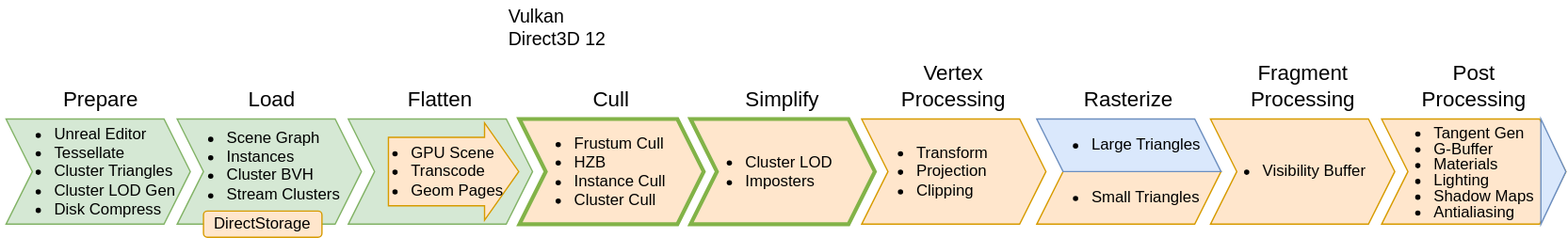
Before: assets/images/nanite-graphics-pipeline.svg, a diagram exported from draw.io (TheCandidStartup/TheCandidStartup.github.io). Source tidied: cells renumbered, new cells last; positions are measured from the earlier drawing's top-left corner, leaving out a move shared by most shapes. Its diagram source:
```xml
<mxGraphModel>
  <root>
    <mxCell id="0" />
    <mxCell id="1" parent="0" />
    <mxCell id="2" value="&lt;ul&gt;&lt;li&gt;Unreal Editor&lt;/li&gt;&lt;li&gt;Tessellate&lt;/li&gt;&lt;li&gt;Cluster Triangles&lt;/li&gt;&lt;li&gt;Cluster LOD Gen&lt;/li&gt;&lt;li&gt;Disk Compress&lt;/li&gt;&lt;/ul&gt;" style="shape=step;perimeter=stepPerimeter;whiteSpace=wrap;html=1;fixedSize=1;fillColor=#d5e8d4;strokeColor=#82b366;align=left;spacing=-3;" parent="1" vertex="1">
      <mxGeometry y="90" width="140" height="80" as="geometry" />
    </mxCell>
    <mxCell id="3" value="&lt;ul&gt;&lt;li&gt;&lt;font style=&quot;font-size: 12px;&quot;&gt;Scene Graph&lt;/font&gt;&lt;/li&gt;&lt;li&gt;Instances&lt;/li&gt;&lt;li&gt;Cluster BVH&lt;/li&gt;&lt;li&gt;&lt;font style=&quot;font-size: 12px;&quot;&gt;Stream Clusters&lt;/font&gt;&lt;/li&gt;&lt;/ul&gt;&lt;div&gt;&lt;br&gt;&lt;/div&gt;" style="shape=step;perimeter=stepPerimeter;whiteSpace=wrap;html=1;fixedSize=1;fillColor=#d5e8d4;strokeColor=#82b366;align=left;spacing=0;spacingTop=5;spacingLeft=-2;" parent="1" vertex="1">
      <mxGeometry x="130" y="90" width="140" height="80" as="geometry" />
    </mxCell>
    <mxCell id="4" value="&lt;div&gt;&lt;br&gt;&lt;/div&gt;" style="shape=step;perimeter=stepPerimeter;whiteSpace=wrap;html=1;fixedSize=1;fillColor=#d5e8d4;strokeColor=#82b366;align=left;" parent="1" vertex="1">
      <mxGeometry x="260" y="90" width="140" height="80" as="geometry" />
    </mxCell>
    <mxCell id="5" value="Vulkan&lt;br&gt;Direct3D 12" style="text;html=1;strokeColor=none;fillColor=none;align=left;verticalAlign=middle;whiteSpace=wrap;rounded=0;fontSize=14;" parent="1" vertex="1">
      <mxGeometry x="380" width="115" height="40" as="geometry" />
    </mxCell>
    <mxCell id="6" value="&lt;ul style=&quot;line-height: 100%;&quot;&gt;&lt;li&gt;Tangent Gen&lt;/li&gt;&lt;li&gt;G-Buffer&lt;/li&gt;&lt;li&gt;Materials&lt;/li&gt;&lt;li&gt;Lighting&lt;/li&gt;&lt;li&gt;Shadow Maps&lt;/li&gt;&lt;li&gt;Antialiasing&lt;/li&gt;&lt;/ul&gt;" style="shape=step;perimeter=stepPerimeter;whiteSpace=wrap;html=1;fixedSize=1;fillColor=#ffe6cc;strokeColor=#d79b00;align=left;spacing=0;spacingLeft=0;spacingRight=20;" parent="1" vertex="1">
      <mxGeometry x="1045" y="90" width="140" height="80" as="geometry" />
    </mxCell>
    <mxCell id="7" value="&lt;ul&gt;&lt;li&gt;Cluster LOD&lt;/li&gt;&lt;li&gt;Imposters&lt;/li&gt;&lt;/ul&gt;" style="shape=step;perimeter=stepPerimeter;whiteSpace=wrap;html=1;fixedSize=1;fillColor=#ffe6cc;strokeColor=#82b348;align=left;spacing=0;spacingLeft=2;strokeWidth=3;perimeterSpacing=0;" parent="1" vertex="1">
      <mxGeometry x="520" y="90" width="140" height="80" as="geometry" />
    </mxCell>
    <mxCell id="8" value="&lt;font style=&quot;font-size: 16px;&quot;&gt;&amp;nbsp;&lt;font style=&quot;font-size: 16px;&quot;&gt;Prepare&lt;/font&gt;&lt;/font&gt;" style="text;html=1;strokeColor=none;fillColor=none;align=center;verticalAlign=middle;whiteSpace=wrap;rounded=0;" parent="1" vertex="1">
      <mxGeometry x="40" y="60" width="60" height="30" as="geometry" />
    </mxCell>
    <mxCell id="9" value="&lt;font style=&quot;font-size: 16px;&quot;&gt;Cull&lt;/font&gt;" style="text;html=1;strokeColor=none;fillColor=none;align=center;verticalAlign=middle;whiteSpace=wrap;rounded=0;" parent="1" vertex="1">
      <mxGeometry x="430" y="60" width="60" height="30" as="geometry" />
    </mxCell>
    <mxCell id="10" value="&lt;font style=&quot;font-size: 16px;&quot;&gt;Rasterize&lt;/font&gt;" style="text;html=1;strokeColor=none;fillColor=none;align=center;verticalAlign=middle;whiteSpace=wrap;rounded=0;" parent="1" vertex="1">
      <mxGeometry x="823" y="60" width="60" height="30" as="geometry" />
    </mxCell>
    <mxCell id="11" value="&lt;font style=&quot;font-size: 16px;&quot;&gt;Vertex Processing&lt;/font&gt;" style="text;html=1;strokeColor=none;fillColor=none;align=center;verticalAlign=middle;whiteSpace=wrap;rounded=0;" parent="1" vertex="1">
      <mxGeometry x="675" y="40" width="90" height="50" as="geometry" />
    </mxCell>
    <mxCell id="12" value="&lt;font style=&quot;font-size: 16px;&quot;&gt;Fragment Processing&lt;/font&gt;" style="text;html=1;strokeColor=none;fillColor=none;align=center;verticalAlign=middle;whiteSpace=wrap;rounded=0;" parent="1" vertex="1">
      <mxGeometry x="937.5" y="40" width="95" height="50" as="geometry" />
    </mxCell>
    <mxCell id="13" value="&lt;font style=&quot;font-size: 16px;&quot;&gt;Post Processing&lt;/font&gt;" style="text;html=1;strokeColor=none;fillColor=none;align=center;verticalAlign=middle;whiteSpace=wrap;rounded=0;" parent="1" vertex="1">
      <mxGeometry x="1072.5" y="40" width="85" height="50" as="geometry" />
    </mxCell>
    <mxCell id="14" value="&lt;ul&gt;&lt;li&gt;&lt;font style=&quot;font-size: 12px;&quot;&gt;Transform&lt;/font&gt;&lt;/li&gt;&lt;li&gt;&lt;font style=&quot;font-size: 12px;&quot;&gt;Projection&lt;/font&gt;&lt;/li&gt;&lt;li&gt;&lt;font style=&quot;font-size: 12px;&quot;&gt;Clipping&lt;/font&gt;&lt;/li&gt;&lt;/ul&gt;" style="shape=step;perimeter=stepPerimeter;whiteSpace=wrap;html=1;fixedSize=1;fillColor=#ffe6cc;strokeColor=#d79b00;align=left;" parent="1" vertex="1">
      <mxGeometry x="650" y="90" width="140" height="80" as="geometry" />
    </mxCell>
    <mxCell id="15" value="&lt;ul&gt;&lt;li&gt;Visibility Buffer&lt;/li&gt;&lt;/ul&gt;" style="shape=step;perimeter=stepPerimeter;whiteSpace=wrap;html=1;fixedSize=1;fillColor=#ffe6cc;strokeColor=#d79b00;align=left;spacing=0;" parent="1" vertex="1">
      <mxGeometry x="915" y="90" width="140" height="80" as="geometry" />
    </mxCell>
    <mxCell id="16" value="&lt;font style=&quot;font-size: 16px;&quot;&gt;&amp;nbsp;&lt;font style=&quot;font-size: 16px;&quot;&gt;Load&lt;/font&gt;&lt;/font&gt;" style="text;html=1;strokeColor=none;fillColor=none;align=center;verticalAlign=middle;whiteSpace=wrap;rounded=0;" parent="1" vertex="1">
      <mxGeometry x="170" y="60" width="60" height="30" as="geometry" />
    </mxCell>
    <mxCell id="17" value="&lt;span style=&quot;font-size: 16px;&quot;&gt;Flatten&lt;/span&gt;" style="text;html=1;strokeColor=none;fillColor=none;align=center;verticalAlign=middle;whiteSpace=wrap;rounded=0;" parent="1" vertex="1">
      <mxGeometry x="300" y="60" width="60" height="30" as="geometry" />
    </mxCell>
    <mxCell id="18" value="&lt;font style=&quot;font-size: 16px;&quot;&gt;Simplify&lt;/font&gt;" style="text;html=1;strokeColor=none;fillColor=none;align=center;verticalAlign=middle;whiteSpace=wrap;rounded=0;" parent="1" vertex="1">
      <mxGeometry x="560" y="60" width="60" height="30" as="geometry" />
    </mxCell>
    <mxCell id="19" style="triangle;whiteSpace=wrap;html=1;fontSize=12;fillColor=#dae8fc;strokeColor=#6c8ebf;" parent="1" vertex="1">
      <mxGeometry x="1166" y="90" width="19" height="80" as="geometry" />
    </mxCell>
    <mxCell id="20" style="group;" parent="1" vertex="1">
      <mxGeometry x="783" y="90" width="140" height="80" as="geometry" />
    </mxCell>
    <mxCell id="21" value="&lt;ul&gt;&lt;li&gt;Small Triangles&lt;/li&gt;&lt;/ul&gt;" style="shape=parallelogram;perimeter=parallelogramPerimeter;whiteSpace=wrap;html=1;fixedSize=1;fontSize=12;fillColor=#ffe6cc;strokeColor=#d79b00;align=left;" parent="20" vertex="1">
      <mxGeometry y="40" width="140" height="40" as="geometry" />
    </mxCell>
    <mxCell id="22" value="&lt;ul&gt;&lt;li&gt;Large Triangles&lt;/li&gt;&lt;/ul&gt;" style="shape=parallelogram;perimeter=parallelogramPerimeter;whiteSpace=wrap;html=1;fixedSize=1;fontSize=12;rotation=0;flipH=1;fillColor=#dae8fc;strokeColor=#6c8ebf;align=left;" parent="20" vertex="1">
      <mxGeometry width="140" height="40" as="geometry" />
    </mxCell>
    <mxCell id="23" value="&lt;ul&gt;&lt;li&gt;Frustum Cull&lt;/li&gt;&lt;li&gt;HZB&lt;/li&gt;&lt;li&gt;Instance Cull&lt;/li&gt;&lt;li&gt;Cluster Cull&lt;/li&gt;&lt;/ul&gt;" style="shape=step;perimeter=stepPerimeter;whiteSpace=wrap;html=1;fixedSize=1;fillColor=#ffe6cc;strokeColor=#82b348;align=left;spacing=0;spacingLeft=2;strokeWidth=3;perimeterSpacing=0;" parent="1" vertex="1">
      <mxGeometry x="390" y="90" width="140" height="80" as="geometry" />
    </mxCell>
    <mxCell id="24" value="DirectStorage" style="rounded=1;whiteSpace=wrap;html=1;fontSize=12;fillColor=#ffe6cc;strokeColor=#d79b00;" parent="1" vertex="1">
      <mxGeometry x="150" y="160" width="90" height="20" as="geometry" />
    </mxCell>
    <mxCell id="25" style="shape=flexArrow;endArrow=classic;html=1;rounded=0;fontSize=12;endWidth=21;endSize=8.33;width=52;fillColor=#ffe6cc;strokeColor=#d79b00;" parent="1" edge="1">
      <mxGeometry relative="1" as="geometry">
        <mxPoint x="290" y="130" as="sourcePoint" />
        <mxPoint x="390" y="130" as="targetPoint" />
      </mxGeometry>
    </mxCell>
    <mxCell id="26" value="&lt;ul&gt;&lt;li&gt;GPU Scene&lt;/li&gt;&lt;li&gt;Transcode&lt;/li&gt;&lt;li&gt;Geom Pages&lt;/li&gt;&lt;/ul&gt;" style="text;html=1;strokeColor=none;fillColor=none;align=left;verticalAlign=middle;whiteSpace=wrap;rounded=0;fontSize=12;spacingLeft=-24;" parent="1" vertex="1">
      <mxGeometry x="290" y="110" width="110" height="40" as="geometry" />
    </mxCell>
  </root>
</mxGraphModel>
```
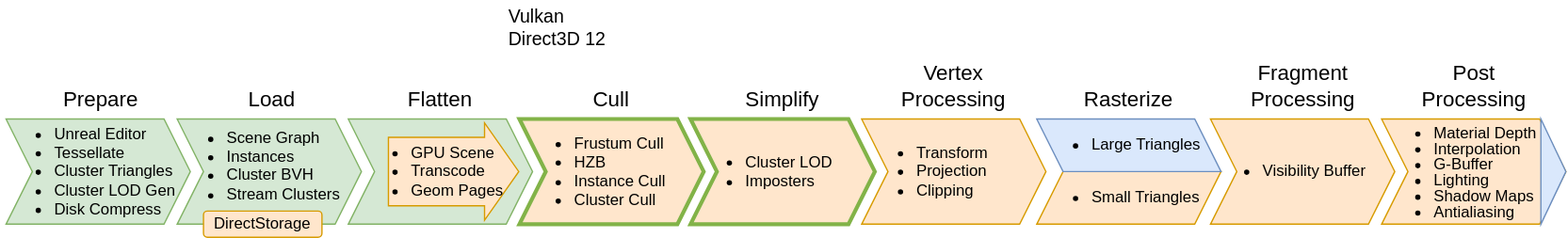
The same diagram one commit later.

Change to the diagram source:
```diff
@@ -14,7 +14,7 @@
     <mxCell id="5" value="Vulkan&lt;br&gt;Direct3D 12" style="text;html=1;strokeColor=none;fillColor=none;align=left;verticalAlign=middle;whiteSpace=wrap;rounded=0;fontSize=14;" parent="1" vertex="1">
       <mxGeometry x="380" width="115" height="40" as="geometry" />
     </mxCell>
-    <mxCell id="6" value="&lt;ul style=&quot;line-height: 100%;&quot;&gt;&lt;li&gt;Tangent Gen&lt;/li&gt;&lt;li&gt;G-Buffer&lt;/li&gt;&lt;li&gt;Materials&lt;/li&gt;&lt;li&gt;Lighting&lt;/li&gt;&lt;li&gt;Shadow Maps&lt;/li&gt;&lt;li&gt;Antialiasing&lt;/li&gt;&lt;/ul&gt;" style="shape=step;perimeter=stepPerimeter;whiteSpace=wrap;html=1;fixedSize=1;fillColor=#ffe6cc;strokeColor=#d79b00;align=left;spacing=0;spacingLeft=0;spacingRight=20;" parent="1" vertex="1">
+    <mxCell id="6" value="&lt;ul style=&quot;line-height: 100%;&quot;&gt;&lt;li&gt;Material Depth&lt;/li&gt;&lt;li&gt;Interpolation&lt;/li&gt;&lt;li&gt;G-Buffer&lt;/li&gt;&lt;li&gt;Lighting&lt;/li&gt;&lt;li&gt;Shadow Maps&lt;/li&gt;&lt;li&gt;Antialiasing&lt;/li&gt;&lt;/ul&gt;" style="shape=step;perimeter=stepPerimeter;whiteSpace=wrap;html=1;fixedSize=1;fillColor=#ffe6cc;strokeColor=#d79b00;align=left;spacing=0;spacingLeft=0;spacingRight=20;" parent="1" vertex="1">
       <mxGeometry x="1045" y="90" width="140" height="80" as="geometry" />
     </mxCell>
     <mxCell id="7" value="&lt;ul&gt;&lt;li&gt;Cluster LOD&lt;/li&gt;&lt;li&gt;Imposters&lt;/li&gt;&lt;/ul&gt;" style="shape=step;perimeter=stepPerimeter;whiteSpace=wrap;html=1;fixedSize=1;fillColor=#ffe6cc;strokeColor=#82b348;align=left;spacing=0;spacingLeft=2;strokeWidth=3;perimeterSpacing=0;" parent="1" vertex="1">
```
